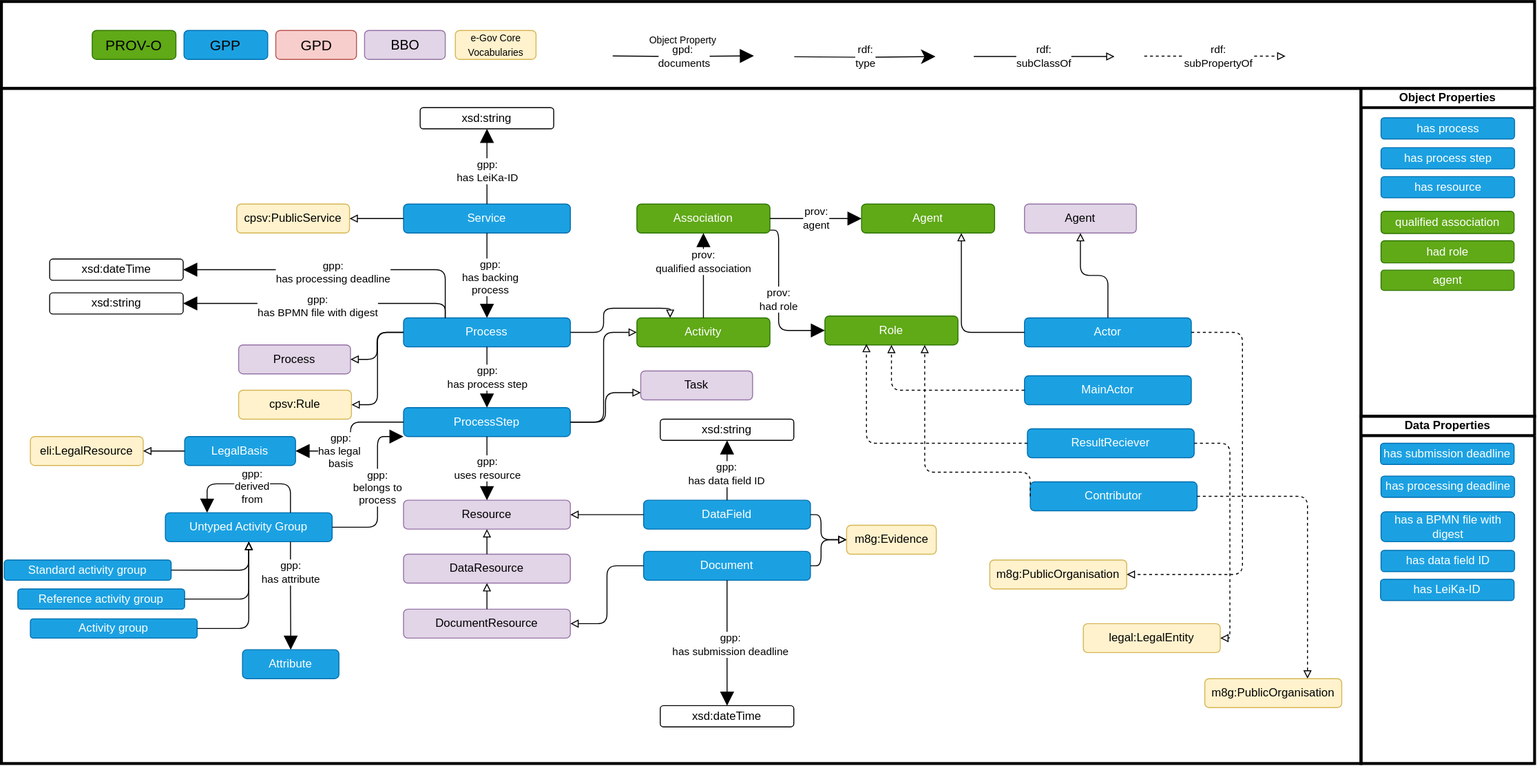
Earlier version of the draw.io export ontology/gop_diagram.svg (fusion-jena/GerPS-Process). Source tidied: cells renumbered, new cells last; positions are measured from the earlier drawing's top-left corner, leaving out a move shared by most shapes.
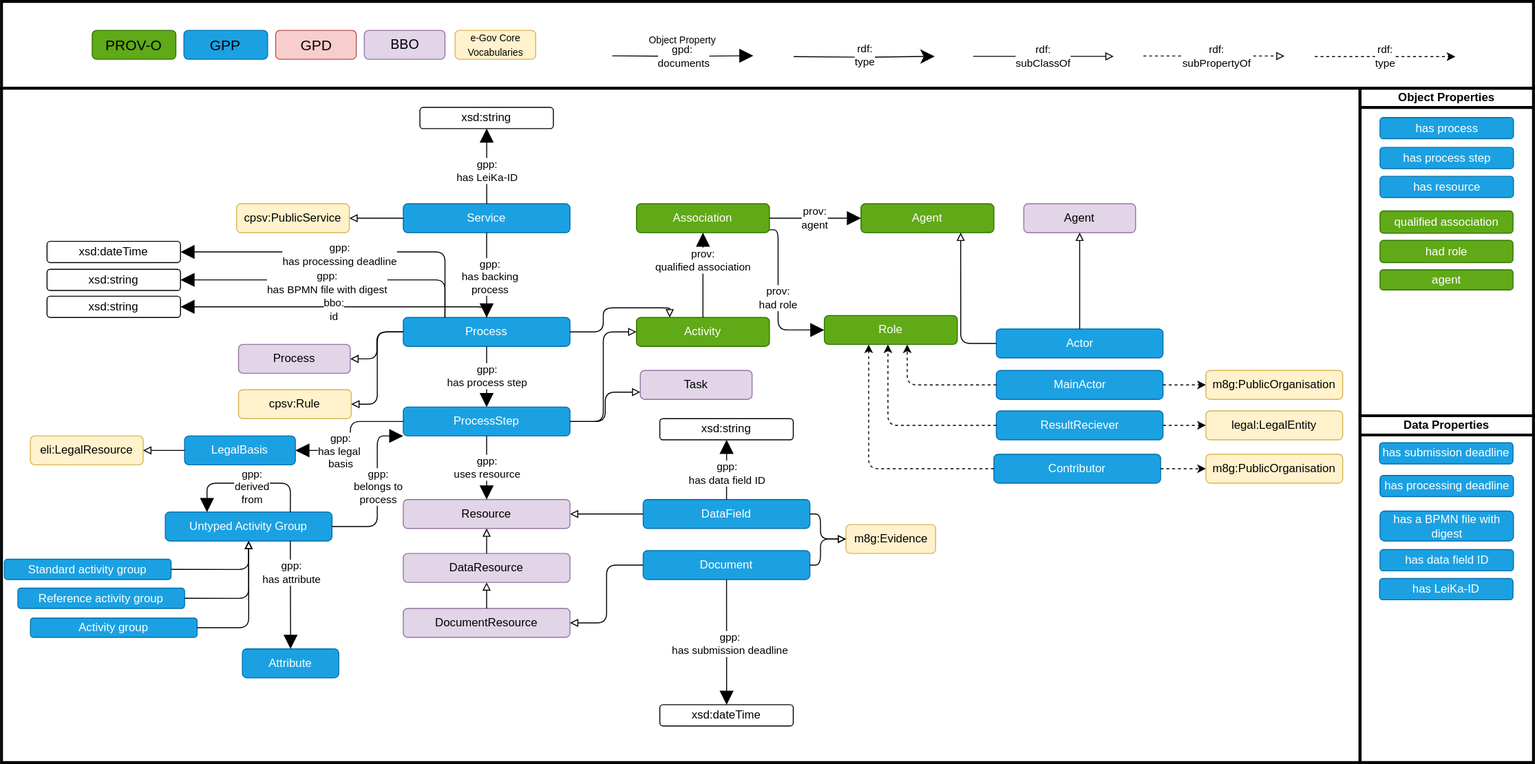
The same diagram one commit later.

Commit message:
fix some errors in the ontology diagram

Diff of the diagram source:
```diff
@@ -69,16 +69,16 @@
       <mxGeometry x="1061" y="210" width="116" height="30" as="geometry" />
     </mxCell>
     <mxCell id="24" value="Actor" style="rounded=1;whiteSpace=wrap;html=1;fillColor=#1ba1e2;fontColor=#ffffff;strokeColor=#006EAF;" parent="1" vertex="1">
-      <mxGeometry x="1061" y="328" width="173" height="30" as="geometry" />
+      <mxGeometry x="1032.5" y="340" width="173" height="30" as="geometry" />
     </mxCell>
     <mxCell id="25" value="MainActor" style="rounded=1;whiteSpace=wrap;html=1;fillColor=#1ba1e2;fontColor=#ffffff;strokeColor=#006EAF;" parent="1" vertex="1">
-      <mxGeometry x="1061" y="388" width="173" height="30" as="geometry" />
+      <mxGeometry x="1032.5" y="383" width="173" height="30" as="geometry" />
     </mxCell>
     <mxCell id="26" value="ResultReciever" style="rounded=1;whiteSpace=wrap;html=1;fillColor=#1ba1e2;fontColor=#ffffff;strokeColor=#006EAF;" parent="1" vertex="1">
-      <mxGeometry x="1064" y="443" width="173" height="30" as="geometry" />
+      <mxGeometry x="1032.5" y="425" width="173" height="30" as="geometry" />
     </mxCell>
     <mxCell id="27" value="Contributor" style="rounded=1;whiteSpace=wrap;html=1;fillColor=#1ba1e2;fontColor=#ffffff;strokeColor=#006EAF;" parent="1" vertex="1">
-      <mxGeometry x="1067" y="498" width="173" height="30" as="geometry" />
+      <mxGeometry x="1030" y="470" width="173" height="30" as="geometry" />
     </mxCell>
     <mxCell id="28" style="endArrow=block;endFill=0;html=1;rounded=1;edgeStyle=orthogonalEdgeStyle;curved=0;exitX=0;exitY=0.5;exitDx=0;exitDy=0;" parent="1" edge="1" source="7" target="3">
       <mxGeometry y="-15" relative="1" as="geometry" />
@@ -182,41 +182,54 @@
     <mxCell id="52" style="endArrow=block;endFill=0;html=1;rounded=1;edgeStyle=orthogonalEdgeStyle;curved=0;exitX=0.5;exitY=0;exitDx=0;exitDy=0;entryX=0.5;entryY=1;entryDx=0;entryDy=0;" parent="1" edge="1" source="24" target="23">
       <mxGeometry y="-15" relative="1" as="geometry" />
     </mxCell>
+    <mxCell id="110" value="&lt;div&gt;&lt;br&gt;&lt;/div&gt;" style="edgeLabel;html=1;align=center;verticalAlign=middle;" parent="52" vertex="1">
+      <mxGeometry x="0.21" y="3" relative="1" as="geometry" />
+    </mxCell>
+    <mxCell id="111" value="&lt;div&gt;&lt;br&gt;&lt;/div&gt;&lt;div&gt;&lt;br&gt;&lt;/div&gt;" style="edgeLabel;html=1;align=center;verticalAlign=middle;" parent="52" vertex="1">
+      <mxGeometry x="0.23" relative="1" as="geometry" />
+    </mxCell>
-    <mxCell id="53" style="endArrow=block;endFill=0;html=1;rounded=1;dashed=1;edgeStyle=orthogonalEdgeStyle;curved=0;exitX=1;exitY=0.5;exitDx=0;exitDy=0;entryX=0.75;entryY=0;entryDx=0;entryDy=0;" parent="1" edge="1" source="27" target="59">
-      <mxGeometry y="-15" relative="1" as="geometry" />
+    <mxCell id="53" style="endArrow=classic;endFill=1;html=1;rounded=1;dashed=1;edgeStyle=orthogonalEdgeStyle;curved=0;exitX=1;exitY=0.5;exitDx=0;exitDy=0;" parent="1" edge="1" source="27" target="59">
+      <mxGeometry y="-15" relative="1" as="geometry">
+        <Array as="points">
+          <mxPoint x="1240" y="485" />
+          <mxPoint x="1240" y="485" />
+        </Array>
+      </mxGeometry>
     </mxCell>
-    <mxCell id="54" style="endArrow=block;endFill=0;html=1;rounded=1;dashed=1;edgeStyle=orthogonalEdgeStyle;curved=0;exitX=0;exitY=0.5;exitDx=0;exitDy=0;entryX=0.5;entryY=1;entryDx=0;entryDy=0;" parent="1" edge="1" source="25" target="21">
-      <mxGeometry y="-15" relative="1" as="geometry" />
+    <mxCell id="54" style="endArrow=classic;endFill=1;html=1;rounded=1;dashed=1;edgeStyle=orthogonalEdgeStyle;curved=0;exitX=0;exitY=0.5;exitDx=0;exitDy=0;" parent="1" edge="1" source="25" target="21">
+      <mxGeometry y="-15" relative="1" as="geometry">
+        <Array as="points">
+          <mxPoint x="940" y="398" />
+        </Array>
+      </mxGeometry>
     </mxCell>
-    <mxCell id="55" style="endArrow=block;endFill=0;html=1;rounded=1;dashed=1;edgeStyle=orthogonalEdgeStyle;curved=0;entryX=0.312;entryY=0.967;entryDx=0;entryDy=0;entryPerimeter=0;" parent="1" edge="1" source="26" target="21">
-      <mxGeometry y="-15" relative="1" as="geometry" />
+    <mxCell id="55" style="endArrow=classic;endFill=1;html=1;rounded=1;dashed=1;edgeStyle=orthogonalEdgeStyle;curved=0;" parent="1" edge="1" source="26" target="21">
+      <mxGeometry y="-15" relative="1" as="geometry">
+        <Array as="points">
+          <mxPoint x="920" y="440" />
+        </Array>
+      </mxGeometry>
     </mxCell>
-    <mxCell id="56" style="endArrow=block;endFill=0;html=1;rounded=1;dashed=1;edgeStyle=orthogonalEdgeStyle;curved=0;entryX=0.75;entryY=1;entryDx=0;entryDy=0;exitX=0;exitY=0.5;exitDx=0;exitDy=0;" parent="1" edge="1" source="27" target="21">
+    <mxCell id="56" style="endArrow=classic;endFill=1;html=1;rounded=1;dashed=1;edgeStyle=orthogonalEdgeStyle;curved=0;exitX=0;exitY=0.5;exitDx=0;exitDy=0;" parent="1" edge="1" source="27" target="21">
       <mxGeometry y="-15" relative="1" as="geometry">
         <Array as="points">
-          <mxPoint x="1067" y="488" />
-          <mxPoint x="958" y="488" />
+          <mxPoint x="900" y="485" />
         </Array>
       </mxGeometry>
     </mxCell>
     <mxCell id="57" value="m8g:PublicOrganisation" style="rounded=1;whiteSpace=wrap;html=1;fillColor=#fff2cc;strokeColor=#d6b656;" parent="1" vertex="1">
-      <mxGeometry x="1025" y="579" width="142" height="30" as="geometry" />
+      <mxGeometry x="1250" y="383" width="142" height="30" as="geometry" />
     </mxCell>
     <mxCell id="58" value="legal:LegalEntity" style="rounded=1;whiteSpace=wrap;html=1;fillColor=#fff2cc;strokeColor=#d6b656;" parent="1" vertex="1">
-      <mxGeometry x="1122" y="645" width="142" height="30" as="geometry" />
+      <mxGeometry x="1250" y="425" width="142" height="30" as="geometry" />
     </mxCell>
     <mxCell id="59" value="m8g:PublicOrganisation" style="rounded=1;whiteSpace=wrap;html=1;fillColor=#fff2cc;strokeColor=#d6b656;" parent="1" vertex="1">
-      <mxGeometry x="1248" y="702" width="142" height="30" as="geometry" />
+      <mxGeometry x="1250" y="470" width="142" height="30" as="geometry" />
     </mxCell>
-    <mxCell id="60" style="endArrow=block;endFill=0;html=1;rounded=1;dashed=1;edgeStyle=orthogonalEdgeStyle;curved=0;exitX=1;exitY=0.5;exitDx=0;exitDy=0;entryX=1;entryY=0.5;entryDx=0;entryDy=0;" parent="1" edge="1" source="24" target="57">
-      <mxGeometry y="-15" relative="1" as="geometry">
-        <Array as="points">
-          <mxPoint x="1287" y="343" />
-          <mxPoint x="1287" y="594" />
-        </Array>
-      </mxGeometry>
+    <mxCell id="60" style="endArrow=classic;endFill=1;html=1;rounded=1;dashed=1;edgeStyle=orthogonalEdgeStyle;curved=0;" parent="1" edge="1" source="25" target="57">
+      <mxGeometry y="-15" relative="1" as="geometry" />
     </mxCell>
-    <mxCell id="61" style="endArrow=block;endFill=0;html=1;rounded=1;dashed=1;edgeStyle=orthogonalEdgeStyle;curved=0;exitX=1;exitY=0.5;exitDx=0;exitDy=0;entryX=1;entryY=0.5;entryDx=0;entryDy=0;" parent="1" edge="1" source="26" target="58">
+    <mxCell id="61" style="endArrow=classic;endFill=1;html=1;rounded=1;dashed=1;edgeStyle=orthogonalEdgeStyle;curved=0;exitX=1;exitY=0.5;exitDx=0;exitDy=0;" parent="1" edge="1" source="26" target="58">
       <mxGeometry y="-15" relative="1" as="geometry" />
     </mxCell>
     <mxCell id="62" value="Object&amp;nbsp;&lt;span style=&quot;background-color: transparent; color: light-dark(rgb(0, 0, 0), rgb(255, 255, 255));&quot;&gt;Properties&lt;/span&gt;" style="swimlane;whiteSpace=wrap;html=1;startSize=20;strokeWidth=3;" parent="1" vertex="1">
@@ -265,13 +278,13 @@
       <mxGeometry x="0.03" y="3" relative="1" as="geometry" />
     </mxCell>
     <mxCell id="77" value="xsd:dateTime" style="rounded=1;whiteSpace=wrap;html=1;" parent="1" vertex="1">
-      <mxGeometry x="50" y="267" width="138.5" height="22" as="geometry" />
+      <mxGeometry x="47.2" y="249" width="138.5" height="22" as="geometry" />
     </mxCell>
     <mxCell id="78" value="gpp:&lt;div&gt;has processing deadline&lt;/div&gt;" style="endArrow=block;endFill=1;endSize=12;html=1;rounded=1;edgeStyle=orthogonalEdgeStyle;curved=0;exitX=0.25;exitY=0;exitDx=0;exitDy=0;entryX=1;entryY=0.5;entryDx=0;entryDy=0;" parent="1" edge="1" source="10" target="77">
       <mxGeometry x="0.03" y="3" relative="1" as="geometry" />
     </mxCell>
     <mxCell id="79" value="xsd:string" style="rounded=1;whiteSpace=wrap;html=1;" parent="1" vertex="1">
-      <mxGeometry x="50" y="302" width="138.5" height="22" as="geometry" />
+      <mxGeometry x="47.2" y="278" width="138.5" height="22" as="geometry" />
     </mxCell>
     <mxCell id="80" value="gpp:&lt;div&gt;has BPMN file with digest&lt;/div&gt;" style="endArrow=block;endFill=1;endSize=12;html=1;rounded=1;edgeStyle=orthogonalEdgeStyle;curved=0;exitX=0.25;exitY=0;exitDx=0;exitDy=0;entryX=1;entryY=0.5;entryDx=0;entryDy=0;" parent="1" edge="1" source="10" target="79">
       <mxGeometry x="0.03" y="3" relative="1" as="geometry" />
@@ -288,7 +301,7 @@
     <mxCell id="84" value="gpp:&lt;div&gt;has LeiKa-ID&lt;/div&gt;" style="endArrow=block;endFill=1;endSize=12;html=1;rounded=1;edgeStyle=orthogonalEdgeStyle;curved=0;" parent="1" edge="1" source="9" target="83">
       <mxGeometry x="-0.13" relative="1" as="geometry" />
     </mxCell>
-    <mxCell id="85" style="group;" parent="1" vertex="1">
+    <mxCell id="85" style="group;dashed=1;" parent="1" vertex="1">
       <mxGeometry width="1590" height="90" as="geometry" />
     </mxCell>
     <mxCell id="86" style="rounded=0;whiteSpace=wrap;html=1;strokeWidth=3;" parent="85" vertex="1">
@@ -343,6 +356,12 @@
     <mxCell id="98" value="&lt;font style=&quot;font-size: 10px;&quot;&gt;e-Gov Core Vocabularies&lt;/font&gt;" style="rounded=1;whiteSpace=wrap;html=1;fillColor=#fff2cc;strokeColor=#d6b656;" parent="85" vertex="1">
       <mxGeometry x="470.7" y="30" width="83.7" height="30" as="geometry" />
     </mxCell>
+    <mxCell id="112" value="rdf:&lt;div&gt;type&lt;/div&gt;" style="endArrow=classic;endFill=1;html=1;rounded=1;edgeStyle=orthogonalEdgeStyle;curved=0;dashed=1;" parent="85" edge="1">
+      <mxGeometry relative="1" as="geometry">
+        <mxPoint x="1363" y="57.3" as="sourcePoint" />
+        <mxPoint x="1508.9" y="57.3" as="targetPoint" />
+      </mxGeometry>
+    </mxCell>
     <mxCell id="99" value="Standard activity group" style="rounded=1;whiteSpace=wrap;html=1;fillColor=#1ba1e2;fontColor=#ffffff;strokeColor=#006EAF;" parent="1" vertex="1">
       <mxGeometry x="3" y="579" width="173" height="21" as="geometry" />
     </mxCell>
@@ -391,5 +410,15 @@
         <mxPoint y="-12" as="offset" />
       </mxGeometry>
     </mxCell>
+    <mxCell id="113" value="xsd:string" style="rounded=1;whiteSpace=wrap;html=1;" parent="1" vertex="1">
+      <mxGeometry x="47.2" y="306" width="138.5" height="22" as="geometry" />
+    </mxCell>
+    <mxCell id="114" value="bbo:&lt;div&gt;id&lt;/div&gt;" style="endArrow=block;endFill=1;endSize=12;html=1;rounded=1;edgeStyle=orthogonalEdgeStyle;curved=0;" parent="1" edge="1" source="10" target="113">
+      <mxGeometry x="0.03" y="3" relative="1" as="geometry">
+        <Array as="points">
+          <mxPoint x="503" y="317" />
+        </Array>
+      </mxGeometry>
+    </mxCell>
   </root>
 </mxGraphModel>
```
